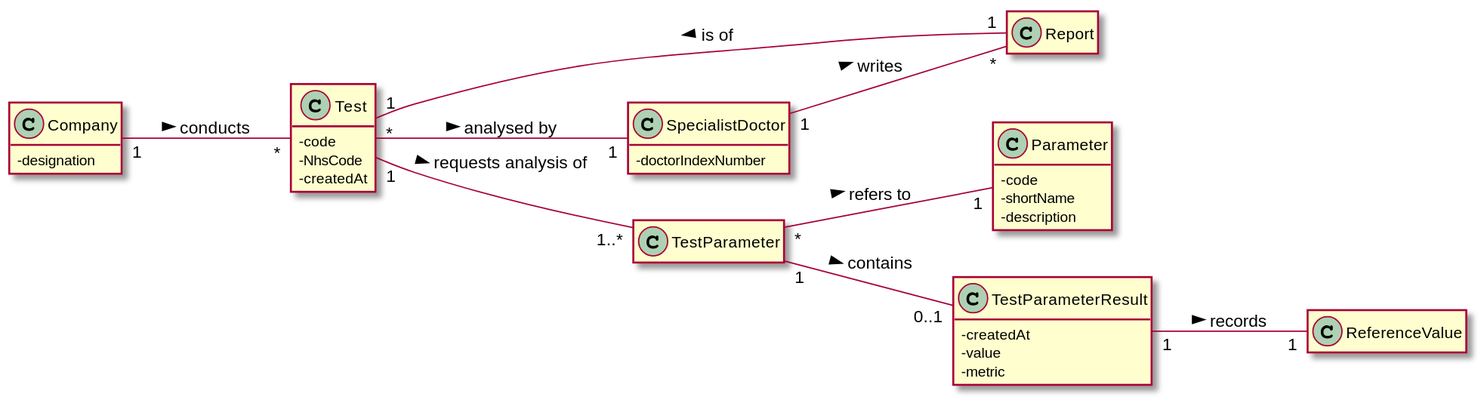
Earlier version of the PlantUML export docs/SprintC/US_14/US014_DM.svg (ana-albergaria/LAPR2-ISEP).
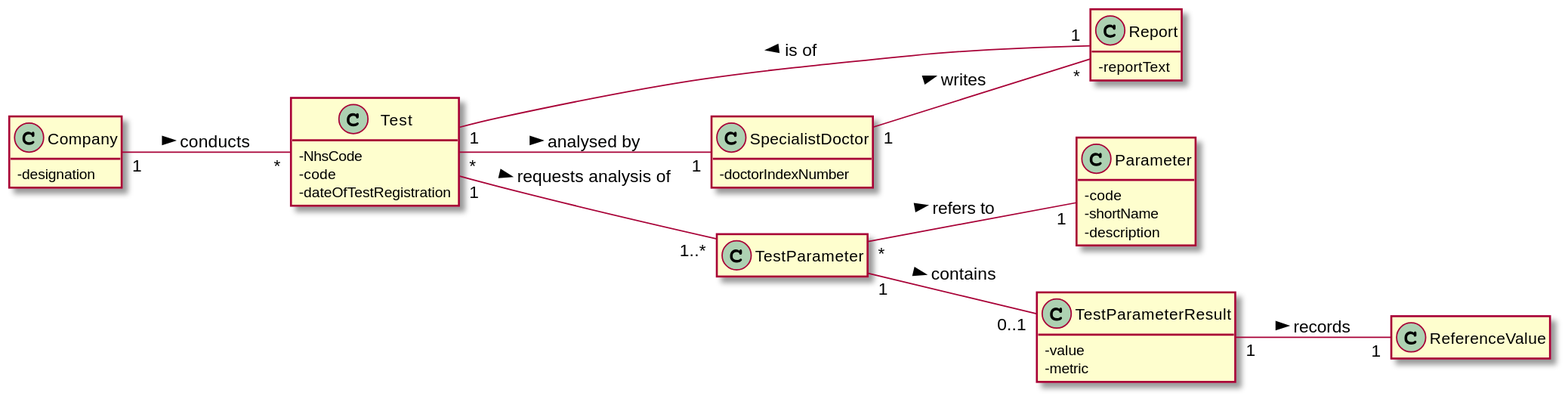
After the commit.

The edit, as a diff of the source:
```diff
@@ -12,16 +12,18 @@
 
 
 
-class Report{}
+class Report{
+- reportText
+}
 
 class SpecialistDoctor{
 - doctorIndexNumber
 }
 
 class Test{
+- NhsCode
 - code
-- NhsCode
-- createdAt
+- dateOfTestRegistration
 }
 
 
@@ -34,12 +36,11 @@
 }
 
 class TestParameterResult{
-- createdAt
 - value
 - metric
 }
 
-class MyReferenceValue{}
+class ReferenceValue{}
 
 Company "1" -- "*" Test : conducts >
 Test "*" -- "1" SpecialistDoctor : analysed by >
@@ -48,7 +49,7 @@
 Test "1" -- "1..*" TestParameter : requests analysis of >
 TestParameter "*" -- "1" Parameter : refers to >
 TestParameter "1" -- "0..1" TestParameterResult : contains >
-TestParameterResult "1" -- "1" MyReferenceValue : records >
+TestParameterResult "1" -- "1" ReferenceValue : records >
 
 
 @enduml
```
